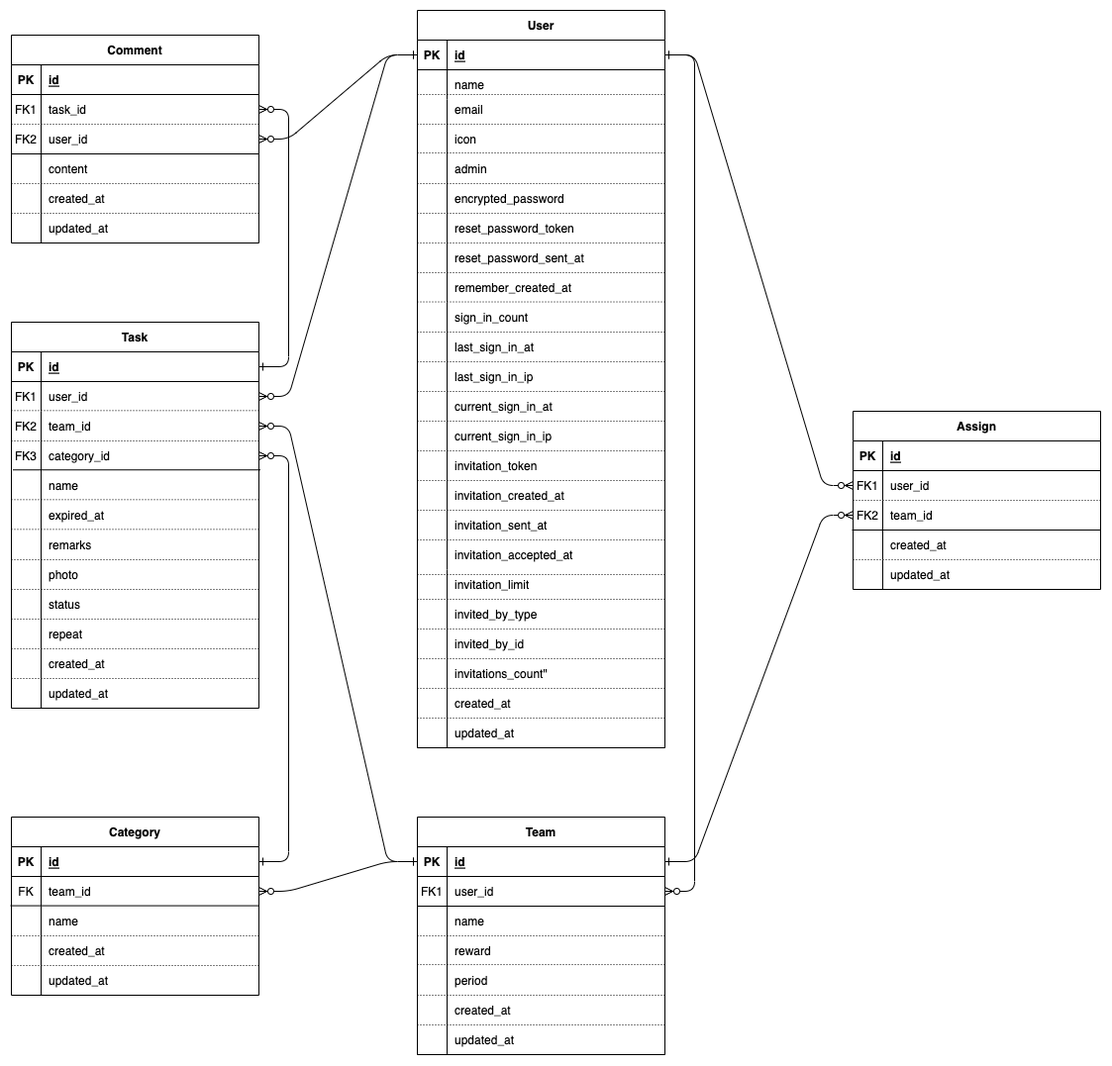
Asumi8/TOPPA keeps this draw.io diagram as img/ER図.png. Above is the earlier version. Source tidied: cells renumbered, new cells last; positions are measured from the earlier drawing's top-left corner, leaving out a move shared by most shapes.
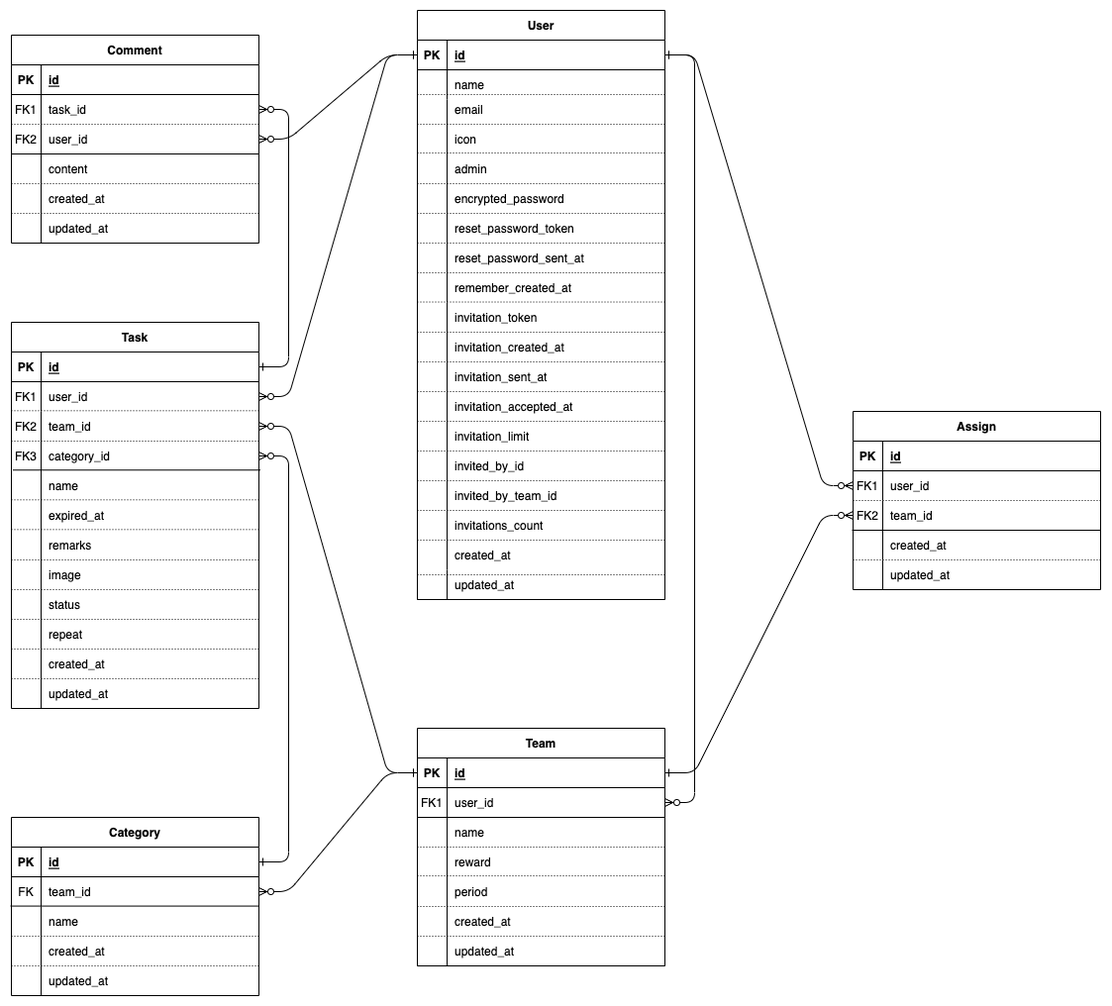
After the commit.

Commit message:
update: ER図、画面遷移図の更新

Change to the diagram source:
```diff
@@ -61,3 +61,3 @@
     <mxCell id="20" value="Team" style="shape=table;startSize=30;rowLines=0;fontStyle=1;align=center;" parent="1" vertex="1">
-      <mxGeometry x="410" y="815" width="250" height="240" as="geometry" />
+      <mxGeometry x="410" y="725" width="250" height="240" as="geometry" />
     </mxCell>
@@ -127,3 +127,3 @@
     <mxCell id="42" value="User" style="shape=table;startSize=30;rowLines=0;fontStyle=1;align=center;" parent="1" vertex="1">
-      <mxGeometry x="410" width="250" height="745" as="geometry" />
+      <mxGeometry x="410" width="250" height="595" as="geometry" />
     </mxCell>
@@ -210,49 +210,4 @@
     </mxCell>
-    <mxCell id="70" style="shape=partialRectangle;fillColor=none;top=0;left=0;right=0;bottom=0;" parent="42" vertex="1">
-      <mxGeometry y="295" width="250" height="30" as="geometry" />
-    </mxCell>
-    <mxCell id="71" style="shape=partialRectangle;overflow=hidden;fillColor=none;top=0;left=0;bottom=0;right=0;" parent="70" vertex="1">
-      <mxGeometry width="30" height="30" as="geometry" />
-    </mxCell>
-    <mxCell id="72" value="sign_in_count" style="shape=partialRectangle;overflow=hidden;fillColor=none;top=0;left=0;bottom=0;right=0;align=left;spacingLeft=6;" parent="70" vertex="1">
-      <mxGeometry x="30" width="220" height="30" as="geometry" />
-    </mxCell>
-    <mxCell id="73" style="shape=partialRectangle;fillColor=none;top=0;left=0;right=0;bottom=0;" parent="42" vertex="1">
-      <mxGeometry y="325" width="250" height="30" as="geometry" />
-    </mxCell>
-    <mxCell id="74" style="shape=partialRectangle;overflow=hidden;fillColor=none;top=0;left=0;bottom=0;right=0;" parent="73" vertex="1">
-      <mxGeometry width="30" height="30" as="geometry" />
-    </mxCell>
-    <mxCell id="75" value="last_sign_in_at" style="shape=partialRectangle;overflow=hidden;fillColor=none;top=0;left=0;bottom=0;right=0;align=left;spacingLeft=6;" parent="73" vertex="1">
-      <mxGeometry x="30" width="220" height="30" as="geometry" />
-    </mxCell>
-    <mxCell id="76" style="shape=partialRectangle;fillColor=none;top=0;left=0;right=0;bottom=0;" parent="42" vertex="1">
-      <mxGeometry y="355" width="250" height="30" as="geometry" />
-    </mxCell>
-    <mxCell id="77" style="shape=partialRectangle;overflow=hidden;fillColor=none;top=0;left=0;bottom=0;right=0;" parent="76" vertex="1">
-      <mxGeometry width="30" height="30" as="geometry" />
-    </mxCell>
-    <mxCell id="78" value="last_sign_in_ip" style="shape=partialRectangle;overflow=hidden;fillColor=none;top=0;left=0;bottom=0;right=0;align=left;spacingLeft=6;" parent="76" vertex="1">
-      <mxGeometry x="30" width="220" height="30" as="geometry" />
-    </mxCell>
-    <mxCell id="79" style="shape=partialRectangle;fillColor=none;top=0;left=0;right=0;bottom=0;" parent="42" vertex="1">
-      <mxGeometry y="385" width="250" height="30" as="geometry" />
-    </mxCell>
-    <mxCell id="80" style="shape=partialRectangle;overflow=hidden;fillColor=none;top=0;left=0;bottom=0;right=0;" parent="79" vertex="1">
-      <mxGeometry width="30" height="30" as="geometry" />
-    </mxCell>
-    <mxCell id="81" value="current_sign_in_at" style="shape=partialRectangle;overflow=hidden;fillColor=none;top=0;left=0;bottom=0;right=0;align=left;spacingLeft=6;" parent="79" vertex="1">
-      <mxGeometry x="30" width="220" height="30" as="geometry" />
-    </mxCell>
-    <mxCell id="82" style="shape=partialRectangle;fillColor=none;top=0;left=0;right=0;bottom=0;" parent="42" vertex="1">
-      <mxGeometry y="415" width="250" height="30" as="geometry" />
-    </mxCell>
-    <mxCell id="83" style="shape=partialRectangle;overflow=hidden;fillColor=none;top=0;left=0;bottom=0;right=0;" parent="82" vertex="1">
-      <mxGeometry width="30" height="30" as="geometry" />
-    </mxCell>
-    <mxCell id="84" value="current_sign_in_ip" style="shape=partialRectangle;overflow=hidden;fillColor=none;top=0;left=0;bottom=0;right=0;align=left;spacingLeft=6;" parent="82" vertex="1">
-      <mxGeometry x="30" width="220" height="30" as="geometry" />
-    </mxCell>
     <mxCell id="85" style="shape=partialRectangle;fillColor=none;top=0;left=0;right=0;bottom=0;" parent="42" vertex="1">
-      <mxGeometry y="445" width="250" height="30" as="geometry" />
+      <mxGeometry y="295" width="250" height="30" as="geometry" />
     </mxCell>
@@ -265,3 +220,3 @@
     <mxCell id="88" style="shape=partialRectangle;fillColor=none;top=0;left=0;right=0;bottom=0;" parent="42" vertex="1">
-      <mxGeometry y="475" width="250" height="30" as="geometry" />
+      <mxGeometry y="325" width="250" height="30" as="geometry" />
     </mxCell>
@@ -274,3 +229,3 @@
     <mxCell id="91" style="shape=partialRectangle;fillColor=none;top=0;left=0;right=0;bottom=0;" parent="42" vertex="1">
-      <mxGeometry y="505" width="250" height="30" as="geometry" />
+      <mxGeometry y="355" width="250" height="30" as="geometry" />
     </mxCell>
@@ -283,3 +238,3 @@
     <mxCell id="94" style="shape=partialRectangle;fillColor=none;top=0;left=0;right=0;bottom=0;" parent="42" vertex="1">
-      <mxGeometry y="535" width="250" height="30" as="geometry" />
+      <mxGeometry y="385" width="250" height="30" as="geometry" />
     </mxCell>
@@ -292,3 +247,3 @@
     <mxCell id="97" style="shape=partialRectangle;fillColor=none;top=0;left=0;right=0;bottom=0;" parent="42" vertex="1">
-      <mxGeometry y="565" width="250" height="30" as="geometry" />
+      <mxGeometry y="415" width="250" height="30" as="geometry" />
     </mxCell>
@@ -301,3 +256,3 @@
     <mxCell id="100" style="shape=partialRectangle;fillColor=none;top=0;left=0;right=0;bottom=0;" parent="42" vertex="1">
-      <mxGeometry y="595" width="250" height="30" as="geometry" />
+      <mxGeometry y="445" width="250" height="30" as="geometry" />
     </mxCell>
@@ -306,39 +261,39 @@
     </mxCell>
-    <mxCell id="102" value="invited_by_type" style="shape=partialRectangle;overflow=hidden;fillColor=none;top=0;left=0;bottom=0;right=0;align=left;spacingLeft=6;" parent="100" vertex="1">
+    <mxCell id="102" value="invited_by_id" style="shape=partialRectangle;overflow=hidden;fillColor=none;top=0;left=0;bottom=0;right=0;align=left;spacingLeft=6;" parent="100" vertex="1">
       <mxGeometry x="30" width="220" height="30" as="geometry" />
     </mxCell>
-    <mxCell id="103" style="shape=partialRectangle;fillColor=none;top=0;left=0;right=0;bottom=0;" parent="42" vertex="1">
-      <mxGeometry y="625" width="250" height="30" as="geometry" />
-    </mxCell>
-    <mxCell id="104" style="shape=partialRectangle;overflow=hidden;fillColor=none;top=0;left=0;bottom=0;right=0;" parent="103" vertex="1">
-      <mxGeometry width="30" height="30" as="geometry" />
-    </mxCell>
-    <mxCell id="105" value="invited_by_id" style="shape=partialRectangle;overflow=hidden;fillColor=none;top=0;left=0;bottom=0;right=0;align=left;spacingLeft=6;" parent="103" vertex="1">
-      <mxGeometry x="30" width="220" height="30" as="geometry" />
-    </mxCell>
-    <mxCell id="106" style="shape=partialRectangle;fillColor=none;top=0;left=0;right=0;bottom=0;" parent="42" vertex="1">
-      <mxGeometry y="655" width="250" height="30" as="geometry" />
-    </mxCell>
-    <mxCell id="107" style="shape=partialRectangle;overflow=hidden;fillColor=none;top=0;left=0;bottom=0;right=0;" parent="106" vertex="1">
-      <mxGeometry width="30" height="30" as="geometry" />
-    </mxCell>
-    <mxCell id="108" value="invitations_count&quot;" style="shape=partialRectangle;overflow=hidden;fillColor=none;top=0;left=0;bottom=0;right=0;align=left;spacingLeft=6;" parent="106" vertex="1">
-      <mxGeometry x="30" width="220" height="30" as="geometry" />
-    </mxCell>
-    <mxCell id="109" style="shape=partialRectangle;fillColor=none;top=0;left=0;right=0;bottom=0;" parent="42" vertex="1">
-      <mxGeometry y="685" width="250" height="30" as="geometry" />
-    </mxCell>
-    <mxCell id="110" style="shape=partialRectangle;overflow=hidden;fillColor=none;top=0;left=0;bottom=0;right=0;" parent="109" vertex="1">
-      <mxGeometry width="30" height="30" as="geometry" />
-    </mxCell>
+    <mxCell id="266" style="shape=partialRectangle;fillColor=none;top=0;left=0;right=0;bottom=0;" parent="42" vertex="1">
+      <mxGeometry y="475" width="250" height="30" as="geometry" />
+    </mxCell>
+    <mxCell id="267" style="shape=partialRectangle;overflow=hidden;fillColor=none;top=0;left=0;bottom=0;right=0;" parent="266" vertex="1">
+      <mxGeometry width="30" height="30" as="geometry" />
+    </mxCell>
+    <mxCell id="268" value="invited_by_team_id" style="shape=partialRectangle;overflow=hidden;fillColor=none;top=0;left=0;bottom=0;right=0;align=left;spacingLeft=6;" parent="266" vertex="1">
+      <mxGeometry x="30" width="220" height="30" as="geometry" />
+    </mxCell>
+    <mxCell id="269" style="shape=partialRectangle;fillColor=none;top=0;left=0;right=0;bottom=0;" parent="42" vertex="1">
+      <mxGeometry y="505" width="250" height="30" as="geometry" />
+    </mxCell>
+    <mxCell id="270" style="shape=partialRectangle;overflow=hidden;fillColor=none;top=0;left=0;bottom=0;right=0;" parent="269" vertex="1">
+      <mxGeometry width="30" height="30" as="geometry" />
+    </mxCell>
+    <mxCell id="271" value="invitations_count" style="shape=partialRectangle;overflow=hidden;fillColor=none;top=0;left=0;bottom=0;right=0;align=left;spacingLeft=6;" parent="269" vertex="1">
+      <mxGeometry x="30" width="220" height="30" as="geometry" />
+    </mxCell>
+    <mxCell id="272" style="shape=partialRectangle;fillColor=none;top=0;left=0;right=0;bottom=0;" parent="42" vertex="1">
+      <mxGeometry y="535" width="250" height="30" as="geometry" />
+    </mxCell>
+    <mxCell id="273" style="shape=partialRectangle;overflow=hidden;fillColor=none;top=0;left=0;bottom=0;right=0;" parent="272" vertex="1">
+      <mxGeometry width="30" height="30" as="geometry" />
+    </mxCell>
-    <mxCell id="111" value="created_at" style="shape=partialRectangle;overflow=hidden;fillColor=none;top=0;left=0;bottom=0;right=0;align=left;spacingLeft=6;" parent="109" vertex="1">
+    <mxCell id="111" value="created_at" style="shape=partialRectangle;overflow=hidden;fillColor=none;top=0;left=0;bottom=0;right=0;align=left;spacingLeft=6;" parent="272" vertex="1">
       <mxGeometry x="30" width="220" height="30" as="geometry" />
     </mxCell>
-    <mxCell id="112" style="shape=partialRectangle;fillColor=none;top=0;left=0;right=0;bottom=0;" parent="42" vertex="1">
-      <mxGeometry y="715" width="250" height="30" as="geometry" />
-    </mxCell>
-    <mxCell id="113" style="shape=partialRectangle;overflow=hidden;fillColor=none;top=0;left=0;bottom=0;right=0;" parent="112" vertex="1">
-      <mxGeometry width="30" height="30" as="geometry" />
-    </mxCell>
+    <mxCell id="274" style="shape=partialRectangle;fillColor=none;top=0;left=0;right=0;bottom=0;" parent="42" vertex="1">
+      <mxGeometry y="565" width="250" height="30" as="geometry" />
+    </mxCell>
+    <mxCell id="275" style="shape=partialRectangle;overflow=hidden;fillColor=none;top=0;left=0;bottom=0;right=0;" parent="274" vertex="1">
+      <mxGeometry width="30" height="30" as="geometry" />
+    </mxCell>
-    <mxCell id="114" value="updated_at" style="shape=partialRectangle;overflow=hidden;fillColor=none;top=0;left=0;bottom=0;right=0;align=left;spacingLeft=6;" parent="112" vertex="1">
+    <mxCell id="114" value="updated_at" style="shape=partialRectangle;overflow=hidden;fillColor=none;top=0;left=0;bottom=0;right=0;align=left;spacingLeft=6;" parent="274" vertex="1">
       <mxGeometry x="30" width="220" height="30" as="geometry" />
@@ -486,3 +441,3 @@
     </mxCell>
-    <mxCell id="162" value="photo" style="shape=partialRectangle;overflow=hidden;fillColor=none;top=0;left=0;bottom=0;right=0;align=left;spacingLeft=6;" parent="1" vertex="1">
+    <mxCell id="162" value="image" style="shape=partialRectangle;overflow=hidden;fillColor=none;top=0;left=0;bottom=0;right=0;align=left;spacingLeft=6;" parent="1" vertex="1">
       <mxGeometry x="30" y="555" width="210" height="30" as="geometry" />
@@ -550,6 +505,6 @@
     <mxCell id="173" value="reward" style="shape=partialRectangle;overflow=hidden;fillColor=none;top=0;left=0;bottom=0;right=0;align=left;spacingLeft=6;" parent="1" vertex="1">
-      <mxGeometry x="440" y="935" width="220" height="30" as="geometry" />
+      <mxGeometry x="440" y="845" width="220" height="30" as="geometry" />
     </mxCell>
     <mxCell id="174" value="period" style="shape=partialRectangle;overflow=hidden;fillColor=none;top=0;left=0;bottom=0;right=0;align=left;spacingLeft=6;" parent="1" vertex="1">
-      <mxGeometry x="440" y="965" width="220" height="30" as="geometry" />
+      <mxGeometry x="440" y="875" width="220" height="30" as="geometry" />
     </mxCell>
@@ -557,4 +512,4 @@
       <mxGeometry relative="1" as="geometry">
-        <mxPoint x="440" y="845" as="sourcePoint" />
-        <mxPoint x="440" y="995" as="targetPoint" />
+        <mxPoint x="440" y="755" as="sourcePoint" />
+        <mxPoint x="440" y="905" as="targetPoint" />
       </mxGeometry>
@@ -563,4 +518,4 @@
       <mxGeometry relative="1" as="geometry">
-        <mxPoint x="410" y="845" as="sourcePoint" />
-        <mxPoint x="660" y="845" as="targetPoint" />
+        <mxPoint x="410" y="755" as="sourcePoint" />
+        <mxPoint x="660" y="755" as="targetPoint" />
       </mxGeometry>
@@ -569,4 +524,4 @@
       <mxGeometry relative="1" as="geometry">
-        <mxPoint x="410" y="935" as="sourcePoint" />
-        <mxPoint x="660" y="935" as="targetPoint" />
+        <mxPoint x="410" y="845" as="sourcePoint" />
+        <mxPoint x="660" y="845" as="targetPoint" />
       </mxGeometry>
@@ -698,4 +653,4 @@
       <mxGeometry relative="1" as="geometry">
-        <mxPoint x="410" y="905" as="sourcePoint" />
-        <mxPoint x="660" y="905" as="targetPoint" />
+        <mxPoint x="410" y="815" as="sourcePoint" />
+        <mxPoint x="660" y="815" as="targetPoint" />
       </mxGeometry>
@@ -703,6 +658,6 @@
     <mxCell id="219" value="FK1" style="shape=partialRectangle;overflow=hidden;fillColor=none;top=0;left=0;bottom=0;right=0;" parent="1" vertex="1">
-      <mxGeometry x="410" y="875" width="30" height="30" as="geometry" />
+      <mxGeometry x="410" y="785" width="30" height="30" as="geometry" />
     </mxCell>
     <mxCell id="220" value="name" style="shape=partialRectangle;overflow=hidden;fillColor=none;top=0;left=0;bottom=0;right=0;align=left;spacingLeft=6;" parent="1" vertex="1">
-      <mxGeometry x="440" y="905" width="220" height="30" as="geometry" />
+      <mxGeometry x="440" y="815" width="220" height="30" as="geometry" />
     </mxCell>
@@ -749,18 +704,6 @@
       <mxGeometry relative="1" as="geometry">
-        <mxPoint x="410" y="964" as="sourcePoint" />
-        <mxPoint x="660" y="964" as="targetPoint" />
+        <mxPoint x="410" y="874" as="sourcePoint" />
+        <mxPoint x="660" y="874" as="targetPoint" />
       </mxGeometry>
     </mxCell>
-    <mxCell id="231" style="endArrow=none;html=1;rounded=0;dashed=1;dashPattern=1 2;entryX=1;entryY=0.5;entryDx=0;entryDy=0;" parent="1" edge="1">
-      <mxGeometry relative="1" as="geometry">
-        <mxPoint x="410" y="655" as="sourcePoint" />
-        <mxPoint x="660" y="655" as="targetPoint" />
-      </mxGeometry>
-    </mxCell>
-    <mxCell id="232" style="endArrow=none;html=1;rounded=0;dashed=1;dashPattern=1 2;entryX=1;entryY=0.5;entryDx=0;entryDy=0;" parent="1" edge="1">
-      <mxGeometry relative="1" as="geometry">
-        <mxPoint x="410" y="625" as="sourcePoint" />
-        <mxPoint x="660" y="625" as="targetPoint" />
-      </mxGeometry>
-    </mxCell>
     <mxCell id="233" style="endArrow=none;html=1;rounded=0;dashed=1;dashPattern=1 2;entryX=1;entryY=0.5;entryDx=0;entryDy=0;" parent="1" edge="1">
@@ -849,20 +792,2 @@
     </mxCell>
-    <mxCell id="247" style="endArrow=none;html=1;rounded=0;dashed=1;dashPattern=1 2;entryX=1;entryY=0.5;entryDx=0;entryDy=0;" parent="1" edge="1">
-      <mxGeometry relative="1" as="geometry">
-        <mxPoint x="410" y="685" as="sourcePoint" />
-        <mxPoint x="660" y="685" as="targetPoint" />
-      </mxGeometry>
-    </mxCell>
-    <mxCell id="248" style="endArrow=none;html=1;rounded=0;dashed=1;dashPattern=1 2;entryX=1;entryY=0.5;entryDx=0;entryDy=0;" parent="1" edge="1">
-      <mxGeometry relative="1" as="geometry">
-        <mxPoint x="410" y="715" as="sourcePoint" />
-        <mxPoint x="660" y="715" as="targetPoint" />
-      </mxGeometry>
-    </mxCell>
-    <mxCell id="249" style="endArrow=none;html=1;rounded=0;dashed=1;dashPattern=1 2;entryX=1;entryY=0.5;entryDx=0;entryDy=0;" parent="1" edge="1">
-      <mxGeometry relative="1" as="geometry">
-        <mxPoint x="410" y="745" as="sourcePoint" />
-        <mxPoint x="660" y="745" as="targetPoint" />
-      </mxGeometry>
-    </mxCell>
     <mxCell id="250" style="endArrow=none;html=1;rounded=0;dashed=1;dashPattern=1 2;entryX=1;entryY=0.5;entryDx=0;entryDy=0;" parent="1" edge="1">
@@ -911,4 +836,4 @@
       <mxGeometry relative="1" as="geometry">
-        <mxPoint x="410" y="995" as="sourcePoint" />
-        <mxPoint x="660" y="995" as="targetPoint" />
+        <mxPoint x="410" y="905" as="sourcePoint" />
+        <mxPoint x="660" y="905" as="targetPoint" />
       </mxGeometry>
@@ -917,4 +842,4 @@
       <mxGeometry relative="1" as="geometry">
-        <mxPoint x="410" y="1025" as="sourcePoint" />
-        <mxPoint x="660" y="1025" as="targetPoint" />
+        <mxPoint x="410" y="935" as="sourcePoint" />
+        <mxPoint x="660" y="935" as="targetPoint" />
       </mxGeometry>
@@ -932,4 +857,4 @@
       <mxGeometry relative="1" as="geometry">
-        <mxPoint x="410" y="1055" as="sourcePoint" />
-        <mxPoint x="660" y="1055" as="targetPoint" />
+        <mxPoint x="410" y="965" as="sourcePoint" />
+        <mxPoint x="660" y="965" as="targetPoint" />
       </mxGeometry>
@@ -938,4 +863,4 @@
       <mxGeometry relative="1" as="geometry">
-        <mxPoint x="410" y="905" as="sourcePoint" />
-        <mxPoint x="660" y="905" as="targetPoint" />
+        <mxPoint x="410" y="815" as="sourcePoint" />
+        <mxPoint x="660" y="815" as="targetPoint" />
       </mxGeometry>
```
